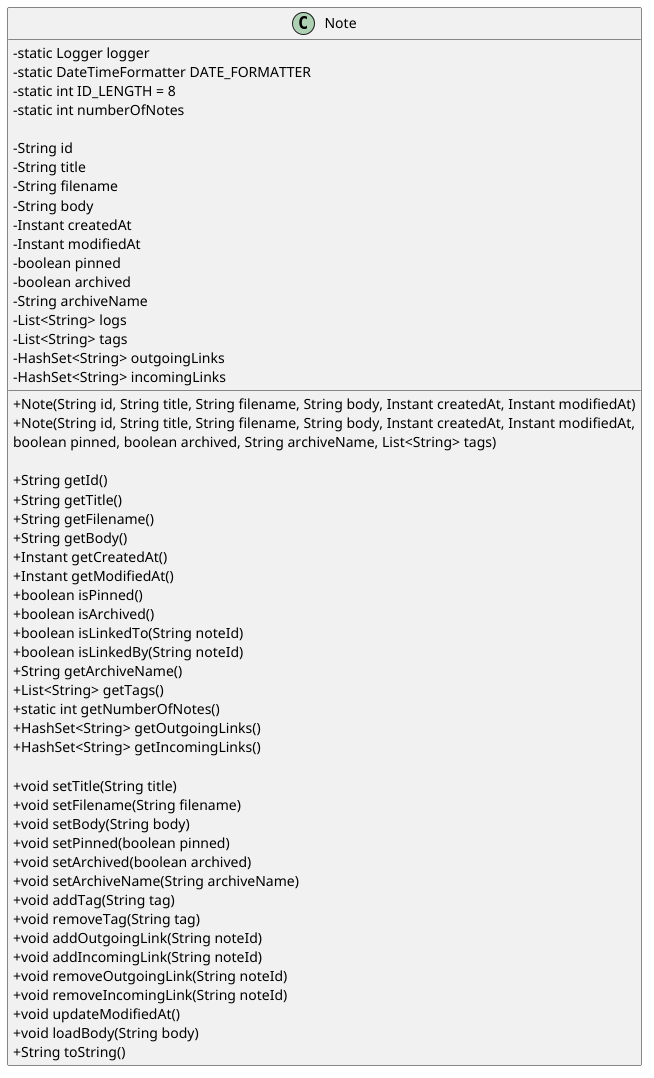
Earlier version of the PlantUML export docs/images/NoteClass.png (shauntsr/tp).
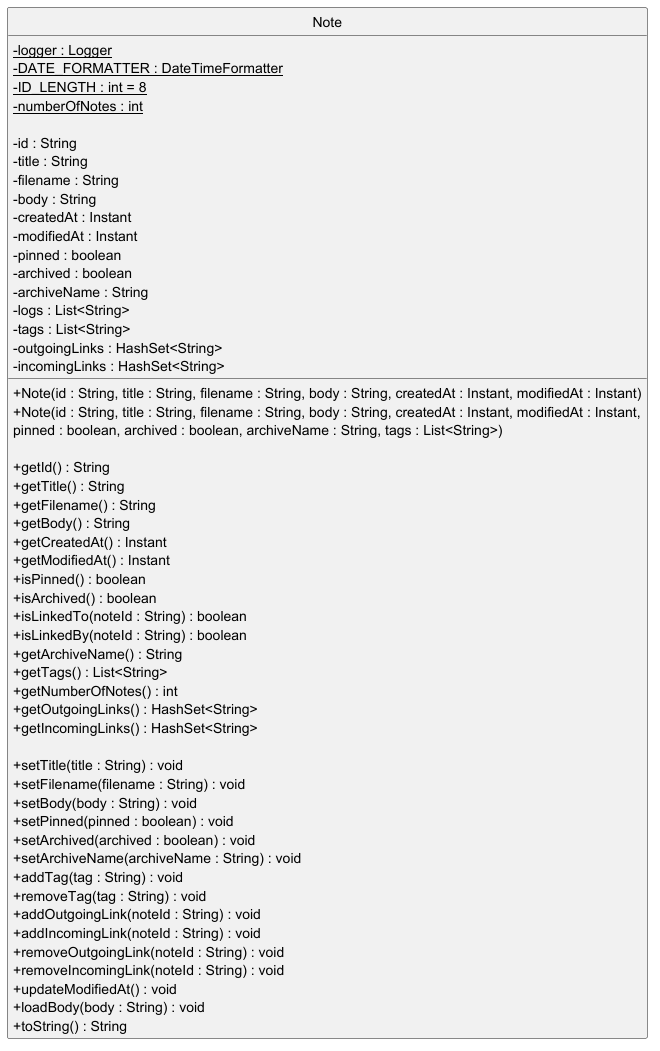
Above is the later version.

What changed in the source:
```diff
@@ -1,60 +1,60 @@
 @startuml NoteClass
 skinparam classAttributeIconSize 0
+hide circle
+class Note {
+    - {static}logger : Logger
+    - {static}DATE_FORMATTER : DateTimeFormatter
+    - {static}ID_LENGTH : int = 8
+    - {static}numberOfNotes : int
 
-class Note {
-    - static Logger logger
-    - static DateTimeFormatter DATE_FORMATTER
-    - static int ID_LENGTH = 8
-    - static int numberOfNotes
+    - id : String
+    - title : String
+    - filename : String
+    - body : String
+    - createdAt : Instant
+    - modifiedAt : Instant
+    - pinned : boolean
+    - archived : boolean
+    - archiveName : String
+    - logs : List<String>
+    - tags : List<String>
+    - outgoingLinks : HashSet<String>
+    - incomingLinks : HashSet<String>
 
-    - String id
-    - String title
-    - String filename
-    - String body
-    - Instant createdAt
-    - Instant modifiedAt
-    - boolean pinned
-    - boolean archived
-    - String archiveName
-    - List<String> logs
-    - List<String> tags
-    - HashSet<String> outgoingLinks
-    - HashSet<String> incomingLinks
+    + Note(id : String, title : String, filename : String, body : String, createdAt : Instant, modifiedAt : Instant)
+    + Note(id : String, title : String, filename : String, body : String, createdAt : Instant, modifiedAt : Instant,
+           pinned : boolean, archived : boolean, archiveName : String, tags : List<String>)
 
-    + Note(String id, String title, String filename, String body, Instant createdAt, Instant modifiedAt)
-    + Note(String id, String title, String filename, String body, Instant createdAt, Instant modifiedAt,
-           boolean pinned, boolean archived, String archiveName, List<String> tags)
+    + getId() : String
+    + getTitle() : String
+    + getFilename() : String
+    + getBody() : String
+    + getCreatedAt() : Instant
+    + getModifiedAt() : Instant
+    + isPinned() : boolean
+    + isArchived() : boolean
+    + isLinkedTo(noteId : String) : boolean
+    + isLinkedBy(noteId : String) : boolean
+    + getArchiveName() : String
+    + getTags() : List<String>
+    + getNumberOfNotes() : int
+    + getOutgoingLinks() : HashSet<String>
+    + getIncomingLinks() : HashSet<String>
 
-    + String getId()
-    + String getTitle()
-    + String getFilename()
-    + String getBody()
-    + Instant getCreatedAt()
-    + Instant getModifiedAt()
-    + boolean isPinned()
-    + boolean isArchived()
-    + boolean isLinkedTo(String noteId)
-    + boolean isLinkedBy(String noteId)
-    + String getArchiveName()
-    + List<String> getTags()
-    + static int getNumberOfNotes()
-    + HashSet<String> getOutgoingLinks()
-    + HashSet<String> getIncomingLinks()
-
-    + void setTitle(String title)
-    + void setFilename(String filename)
-    + void setBody(String body)
-    + void setPinned(boolean pinned)
-    + void setArchived(boolean archived)
-    + void setArchiveName(String archiveName)
-    + void addTag(String tag)
-    + void removeTag(String tag)
-    + void addOutgoingLink(String noteId)
-    + void addIncomingLink(String noteId)
-    + void removeOutgoingLink(String noteId)
-    + void removeIncomingLink(String noteId)
-    + void updateModifiedAt()
-    + void loadBody(String body)
-    + String toString()
+    + setTitle(title : String) : void
+    + setFilename(filename : String) : void
+    + setBody(body : String) : void
+    + setPinned(pinned : boolean) : void
+    + setArchived(archived : boolean) : void
+    + setArchiveName(archiveName : String) : void
+    + addTag(tag : String) : void
+    + removeTag(tag : String) : void
+    + addOutgoingLink(noteId : String) : void
+    + addIncomingLink(noteId : String) : void
+    + removeOutgoingLink(noteId : String) : void
+    + removeIncomingLink(noteId : String) : void
+    + updateModifiedAt() : void
+    + loadBody(body : String) : void
+    + toString() : String
 }
 @enduml
```
